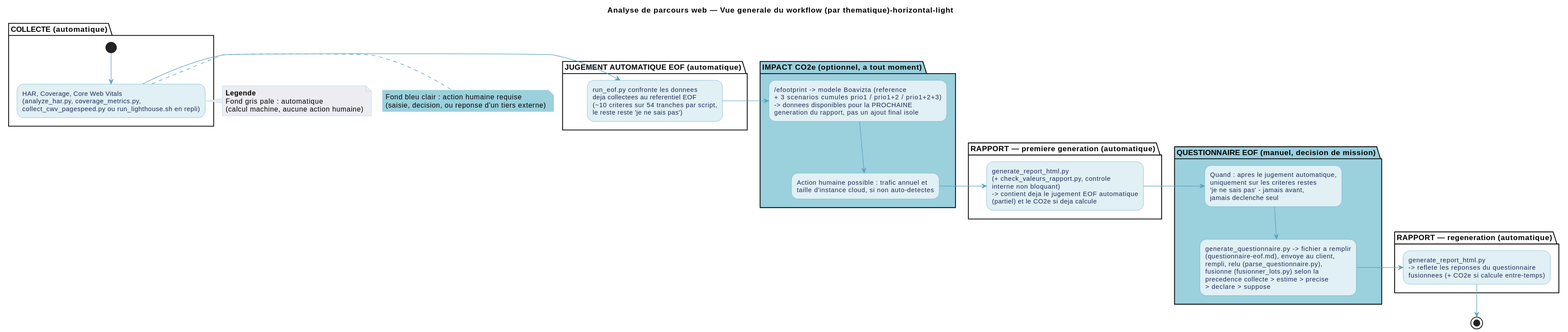
Above: documentation/diagrammes/analyse-parcours-vue-generale-horizontal-light.svg in Boavizta/eroom (PlantUML), before the change. Its source is kept beside it as documentation/diagrammes/analyse-parcours-vue-generale-horizontal-light.puml. The source it was exported from:
```plantuml
@startuml analyse-parcours-vue-generale-horizontal-light
title Analyse de parcours web — Vue generale du workflow (par thematique)-horizontal-light

skinparam backgroundColor #FFFFFF
skinparam activity {
  BackgroundColor #E0F0F4
  BorderColor #5BA1BC
  FontColor #1C2856
  DiamondBackgroundColor #E0F0F4
  DiamondBorderColor #5BA1BC
}
skinparam ArrowColor #5BA1BC
skinparam ActivityBarColor #5BA1BC
skinparam NoteBackgroundColor #E0F0F4
skinparam NoteBorderColor #9BD0DD
skinparam PartitionBackgroundColor #ECECF2
skinparam PartitionBorderColor #5BA1BC

partition "**COLLECTE** (automatique)" {
  (*) --> "HAR, Coverage, Core Web Vitals\n(analyze_har.py, coverage_metrics.py,\ncollect_cwv_pagespeed.py ou run_lighthouse.sh en repli)" as C1
}

note right #ECECF2
  **Legende**
  Fond gris pale : automatique
  (calcul machine, aucune action humaine)
end note

note right #9BD0DD
  Fond bleu clair : action humaine requise
  (saisie, decision, ou reponse d'un tiers externe)
end note

partition "**JUGEMENT AUTOMATIQUE EOF** (automatique)" {
  C1 -right-> "run_eof.py confronte les donnees\ndeja collectees au referentiel EOF\n(~10 criteres sur 54 tranches par script,\nle reste reste 'je ne sais pas')" as J1
}

partition "**IMPACT CO2e** (optionnel, a tout moment)" #9BD0DD {
  J1 -right-> "/efootprint -> modele Boavizta (reference\n+ 3 scenarios cumules prio1 / prio1+2 / prio1+2+3)\n-> donnees disponibles pour la PROCHAINE\ngeneration du rapport, pas un ajout final isole" as I1
  I1 --> "Action humaine possible : trafic annuel et\ntaille d'instance cloud, si non auto-detectes" as I2
}

partition "**RAPPORT — premiere generation** (automatique)" {
  I2 -right-> "generate_report_html.py\n(+ check_valeurs_rapport.py, controle\ninterne non bloquant)\n-> contient deja le jugement EOF automatique\n(partiel) et le CO2e si deja calcule" as R1
}

partition "**QUESTIONNAIRE EOF** (manuel, decision de mission)" #9BD0DD {
  R1 -right-> "Quand : apres le jugement automatique,\nuniquement sur les criteres restes\n'je ne sais pas' - jamais avant,\njamais declenche seul" as Q1
  Q1 --> "generate_questionnaire.py -> fichier a remplir\n(questionnaire-eof.md), envoye au client,\nrempli, relu (parse_questionnaire.py),\nfusionne (fusionner_lots.py) selon la\nprecedence collecte > estime > precise\n> declare > suppose" as Q2
}

partition "**RAPPORT — regeneration** (automatique)" {
  Q2 -right-> "generate_report_html.py\n-> reflete les reponses du questionnaire\nfusionnees (+ CO2e si calcule entre-temps)" as R2
}

R2 --> (*)

@enduml
```
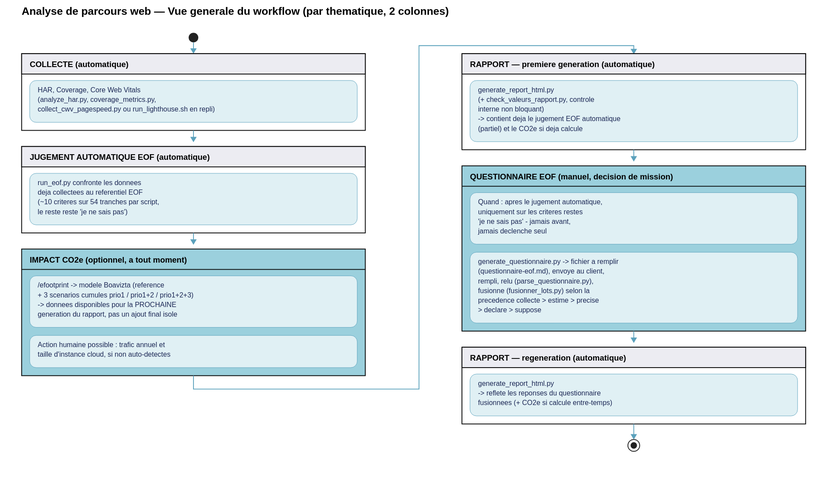
After the commit.

Change to the diagram source:
```diff
@@ -1,5 +1,5 @@
 @startuml analyse-parcours-vue-generale-horizontal-light
-title Analyse de parcours web — Vue generale du workflow (par thematique)-horizontal-light
+title Analyse de parcours web — Vue generale du workflow (par thematique, 2 colonnes)
 
 skinparam backgroundColor #FFFFFF
 skinparam activity {
@@ -20,37 +20,26 @@
   (*) --> "HAR, Coverage, Core Web Vitals\n(analyze_har.py, coverage_metrics.py,\ncollect_cwv_pagespeed.py ou run_lighthouse.sh en repli)" as C1
 }
 
-note right #ECECF2
-  **Legende**
-  Fond gris pale : automatique
-  (calcul machine, aucune action humaine)
-end note
-
-note right #9BD0DD
-  Fond bleu clair : action humaine requise
-  (saisie, decision, ou reponse d'un tiers externe)
-end note
-
 partition "**JUGEMENT AUTOMATIQUE EOF** (automatique)" {
-  C1 -right-> "run_eof.py confronte les donnees\ndeja collectees au referentiel EOF\n(~10 criteres sur 54 tranches par script,\nle reste reste 'je ne sais pas')" as J1
+  C1 -down-> "run_eof.py confronte les donnees\ndeja collectees au referentiel EOF\n(~10 criteres sur 54 tranches par script,\nle reste reste 'je ne sais pas')" as J1
 }
 
 partition "**IMPACT CO2e** (optionnel, a tout moment)" #9BD0DD {
-  J1 -right-> "/efootprint -> modele Boavizta (reference\n+ 3 scenarios cumules prio1 / prio1+2 / prio1+2+3)\n-> donnees disponibles pour la PROCHAINE\ngeneration du rapport, pas un ajout final isole" as I1
-  I1 --> "Action humaine possible : trafic annuel et\ntaille d'instance cloud, si non auto-detectes" as I2
+  J1 -down-> "/efootprint -> modele Boavizta (reference\n+ 3 scenarios cumules prio1 / prio1+2 / prio1+2+3)\n-> donnees disponibles pour la PROCHAINE\ngeneration du rapport, pas un ajout final isole" as I1
+  I1 -down-> "Action humaine possible : trafic annuel et\ntaille d'instance cloud, si non auto-detectes" as I2
 }
 
 partition "**RAPPORT — premiere generation** (automatique)" {
-  I2 -right-> "generate_report_html.py\n(+ check_valeurs_rapport.py, controle\ninterne non bloquant)\n-> contient deja le jugement EOF automatique\n(partiel) et le CO2e si deja calcule" as R1
+  I2 -down-> "generate_report_html.py\n(+ check_valeurs_rapport.py, controle\ninterne non bloquant)\n-> contient deja le jugement EOF automatique\n(partiel) et le CO2e si deja calcule" as R1
 }
 
 partition "**QUESTIONNAIRE EOF** (manuel, decision de mission)" #9BD0DD {
-  R1 -right-> "Quand : apres le jugement automatique,\nuniquement sur les criteres restes\n'je ne sais pas' - jamais avant,\njamais declenche seul" as Q1
-  Q1 --> "generate_questionnaire.py -> fichier a remplir\n(questionnaire-eof.md), envoye au client,\nrempli, relu (parse_questionnaire.py),\nfusionne (fusionner_lots.py) selon la\nprecedence collecte > estime > precise\n> declare > suppose" as Q2
+  R1 -down-> "Quand : apres le jugement automatique,\nuniquement sur les criteres restes\n'je ne sais pas' - jamais avant,\njamais declenche seul" as Q1
+  Q1 -down-> "generate_questionnaire.py -> fichier a remplir\n(questionnaire-eof.md), envoye au client,\nrempli, relu (parse_questionnaire.py),\nfusionne (fusionner_lots.py) selon la\nprecedence collecte > estime > precise\n> declare > suppose" as Q2
 }
 
 partition "**RAPPORT — regeneration** (automatique)" {
-  Q2 -right-> "generate_report_html.py\n-> reflete les reponses du questionnaire\nfusionnees (+ CO2e si calcule entre-temps)" as R2
+  Q2 -down-> "generate_report_html.py\n-> reflete les reponses du questionnaire\nfusionnees (+ CO2e si calcule entre-temps)" as R2
 }
 
 R2 --> (*)
```
